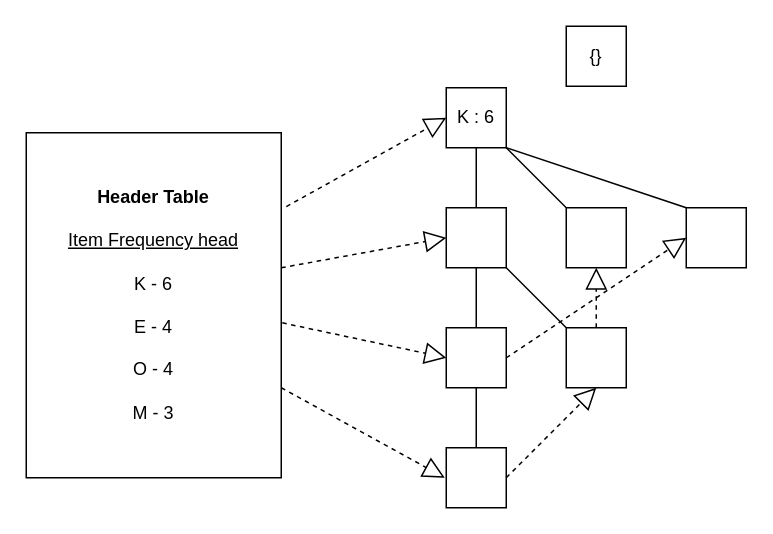
This is Untitled Diagram.drawio from subha9542/Datamining, a draw.io file, before an edit. Source tidied: cells renumbered, new cells numbered last; positions are measured from the earlier drawing's top-left corner, leaving out a move shared by most shapes. Both pictures are drawn from the tidied source at 150%, with x=0, y=0 at pixel (26, 26).
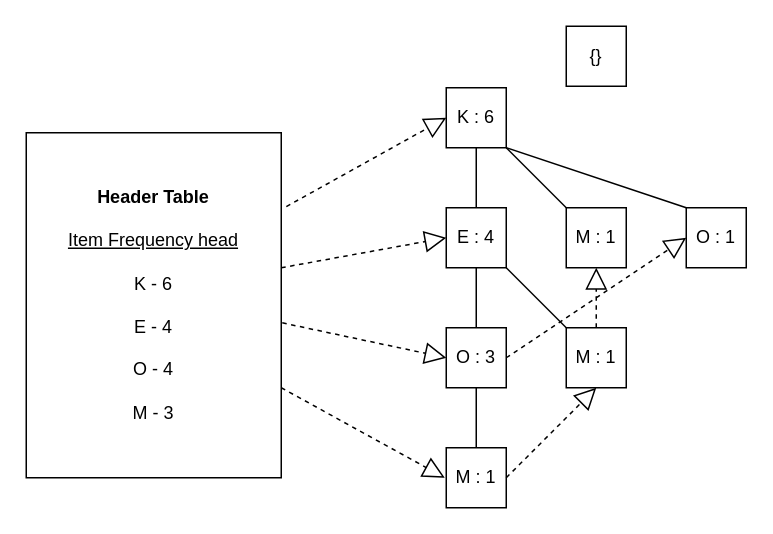
After the change.

What changed in the source:
```diff
@@
-    <mxCell id="5" style="whiteSpace=wrap;html=1;" parent="1" vertex="1">
+    <mxCell id="5" value="E : 4" style="whiteSpace=wrap;html=1;" parent="1" vertex="1">
       <mxGeometry x="280" y="121" width="40" height="40" as="geometry" />
     </mxCell>
-    <mxCell id="6" style="whiteSpace=wrap;html=1;" parent="1" vertex="1">
+    <mxCell id="6" value="O : 3" style="whiteSpace=wrap;html=1;" parent="1" vertex="1">
       <mxGeometry x="280" y="201" width="40" height="40" as="geometry" />
     </mxCell>
-    <mxCell id="7" style="whiteSpace=wrap;html=1;" parent="1" vertex="1">
+    <mxCell id="7" value="M : 1" style="whiteSpace=wrap;html=1;" parent="1" vertex="1">
       <mxGeometry x="280" y="281" width="40" height="40" as="geometry" />
     </mxCell>
-    <mxCell id="8" style="whiteSpace=wrap;html=1;" parent="1" vertex="1">
+    <mxCell id="8" value="M : 1" style="whiteSpace=wrap;html=1;" parent="1" vertex="1">
       <mxGeometry x="360" y="121" width="40" height="40" as="geometry" />
     </mxCell>
-    <mxCell id="9" style="whiteSpace=wrap;html=1;" parent="1" vertex="1">
+    <mxCell id="9" value="O : 1" style="whiteSpace=wrap;html=1;" parent="1" vertex="1">
       <mxGeometry x="440" y="121" width="40" height="40" as="geometry" />
     </mxCell>
-    <mxCell id="10" style="whiteSpace=wrap;html=1;" parent="1" vertex="1">
+    <mxCell id="10" value="M : 1" style="whiteSpace=wrap;html=1;" parent="1" vertex="1">
       <mxGeometry x="360" y="201" width="40" height="40" as="geometry" />
     </mxCell>
```
